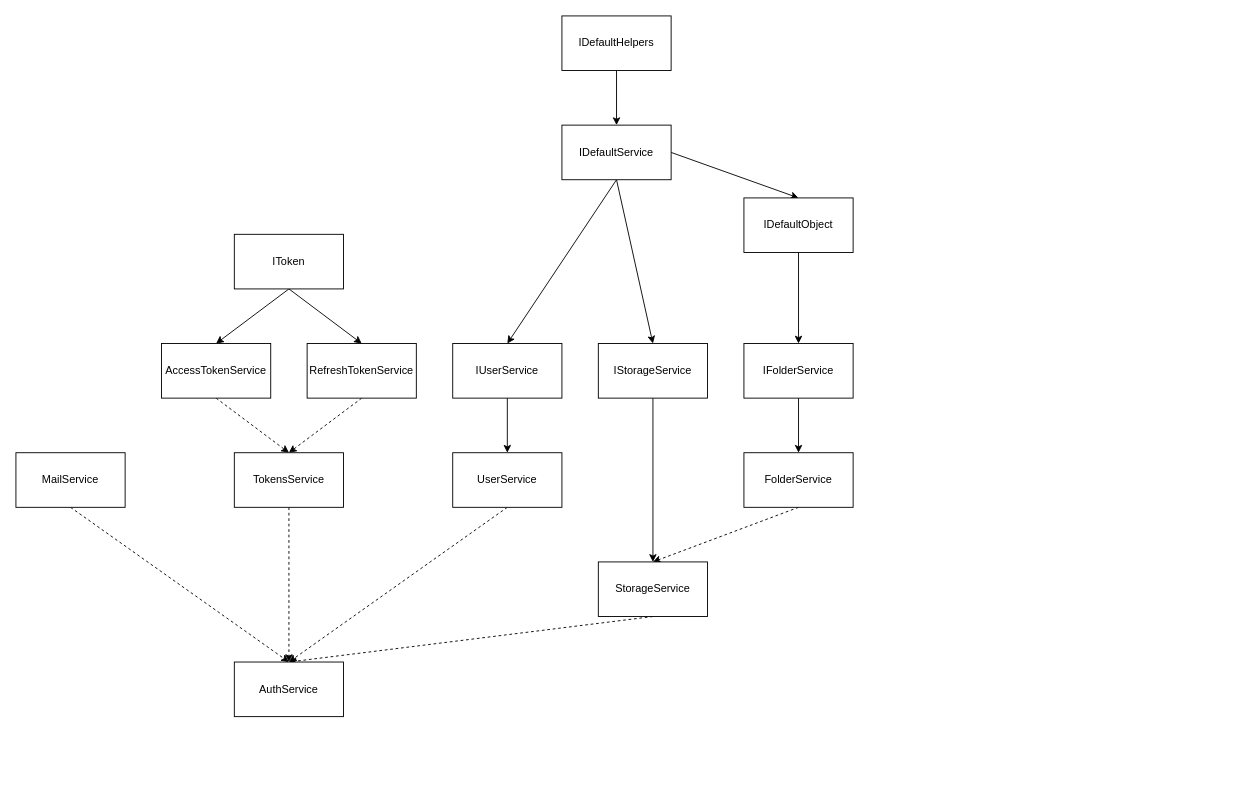
The draw.io diagram page "Схема" (3 of 3) of project.drawio in WheatleyCODE/storage-server, before the edit. Source tidied: cells renumbered, new cells numbered last; positions are measured from the earlier drawing's top-left corner, leaving out a move shared by most shapes. Both pictures are drawn from the tidied source at 91%, with x=0, y=0 at pixel (15, 15).
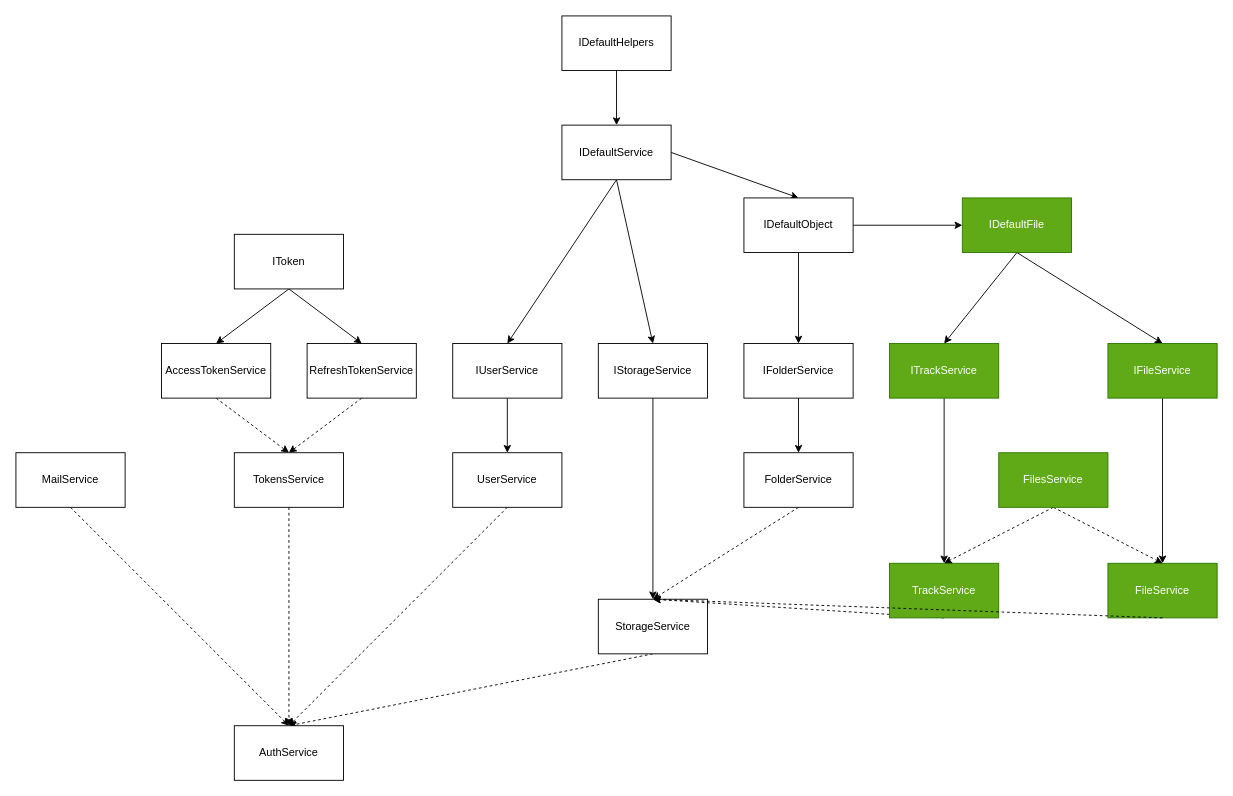
The same page after the edit.

Unchanged cells that the change refers to:
```xml
<mxCell id="7" value="IDefaultObject" style="rounded=0;whiteSpace=wrap;html=1;" parent="1" vertex="1">
  <mxGeometry x="800" y="200" width="120" height="60" as="geometry" />
</mxCell>
```

What changed in the source:
```diff
@@
+    <mxCell id="34" style="edgeStyle=none;html=1;exitX=1;exitY=0.5;exitDx=0;exitDy=0;entryX=0;entryY=0.5;entryDx=0;entryDy=0;" parent="1" edge="1" source="7" target="37">
+      <mxGeometry relative="1" as="geometry" />
+    </mxCell>
@@
     <mxCell id="26" value="StorageService" style="rounded=0;whiteSpace=wrap;html=1;" parent="1" vertex="1">
-      <mxGeometry x="640" y="600" width="120" height="60" as="geometry" />
+      <mxGeometry x="640" y="641" width="120" height="60" as="geometry" />
     </mxCell>
@@
     <mxCell id="29" value="AuthService" style="rounded=0;whiteSpace=wrap;html=1;" parent="1" vertex="1">
-      <mxGeometry x="240" y="710" width="120" height="60" as="geometry" />
+      <mxGeometry x="240" y="780" width="120" height="60" as="geometry" />
     </mxCell>
@@
+    <mxCell id="35" style="edgeStyle=none;html=1;exitX=0.5;exitY=1;exitDx=0;exitDy=0;entryX=0.5;entryY=0;entryDx=0;entryDy=0;" parent="1" edge="1" source="37" target="39">
+      <mxGeometry relative="1" as="geometry" />
+    </mxCell>
+    <mxCell id="36" style="edgeStyle=none;html=1;exitX=0.5;exitY=1;exitDx=0;exitDy=0;entryX=0.5;entryY=0;entryDx=0;entryDy=0;strokeWidth=1;" parent="1" edge="1" source="37" target="43">
+      <mxGeometry relative="1" as="geometry" />
+    </mxCell>
+    <mxCell id="37" value="IDefaultFile" style="rounded=0;whiteSpace=wrap;html=1;fillColor=#60a917;fontColor=#ffffff;strokeColor=#2D7600;" parent="1" vertex="1">
+      <mxGeometry x="1040" y="200" width="120" height="60" as="geometry" />
+    </mxCell>
+    <mxCell id="38" style="edgeStyle=none;html=1;exitX=0.5;exitY=1;exitDx=0;exitDy=0;entryX=0.5;entryY=0;entryDx=0;entryDy=0;" parent="1" edge="1" source="39" target="41">
+      <mxGeometry relative="1" as="geometry" />
+    </mxCell>
+    <mxCell id="39" value="ITrackService" style="rounded=0;whiteSpace=wrap;html=1;fillColor=#60a917;fontColor=#ffffff;strokeColor=#2D7600;" parent="1" vertex="1">
+      <mxGeometry x="960" y="360" width="120" height="60" as="geometry" />
+    </mxCell>
+    <mxCell id="40" style="edgeStyle=none;html=1;exitX=0.5;exitY=1;exitDx=0;exitDy=0;entryX=0.5;entryY=0;entryDx=0;entryDy=0;dashed=1;" parent="1" edge="1" source="41" target="26">
+      <mxGeometry relative="1" as="geometry" />
+    </mxCell>
+    <mxCell id="41" value="TrackService" style="rounded=0;whiteSpace=wrap;html=1;fillColor=#60a917;fontColor=#ffffff;strokeColor=#2D7600;" parent="1" vertex="1">
+      <mxGeometry x="960" y="601.5" width="120" height="60" as="geometry" />
+    </mxCell>
+    <mxCell id="42" style="edgeStyle=none;html=1;exitX=0.5;exitY=1;exitDx=0;exitDy=0;entryX=0.5;entryY=0;entryDx=0;entryDy=0;strokeWidth=1;" parent="1" edge="1" source="43" target="44">
+      <mxGeometry relative="1" as="geometry" />
+    </mxCell>
+    <mxCell id="43" value="IFileService" style="rounded=0;whiteSpace=wrap;html=1;fillColor=#60a917;fontColor=#ffffff;strokeColor=#2D7600;" parent="1" vertex="1">
+      <mxGeometry x="1200" y="360" width="120" height="60" as="geometry" />
+    </mxCell>
+    <mxCell id="44" value="FileService" style="rounded=0;whiteSpace=wrap;html=1;fillColor=#60a917;fontColor=#ffffff;strokeColor=#2D7600;" parent="1" vertex="1">
+      <mxGeometry x="1200" y="601.5" width="120" height="60" as="geometry" />
+    </mxCell>
+    <mxCell id="45" style="edgeStyle=none;html=1;exitX=0.5;exitY=1;exitDx=0;exitDy=0;entryX=0.5;entryY=0;entryDx=0;entryDy=0;dashed=1;" parent="1" edge="1" source="44" target="26">
+      <mxGeometry relative="1" as="geometry" />
+    </mxCell>
+    <mxCell id="46" style="edgeStyle=none;html=1;exitX=0.5;exitY=1;exitDx=0;exitDy=0;entryX=0.5;entryY=0;entryDx=0;entryDy=0;strokeWidth=1;dashed=1;" parent="1" edge="1" source="48" target="41">
+      <mxGeometry relative="1" as="geometry" />
+    </mxCell>
+    <mxCell id="47" style="edgeStyle=none;html=1;exitX=0.5;exitY=1;exitDx=0;exitDy=0;entryX=0.5;entryY=0;entryDx=0;entryDy=0;dashed=1;strokeWidth=1;" parent="1" edge="1" source="48" target="44">
+      <mxGeometry relative="1" as="geometry" />
+    </mxCell>
+    <mxCell id="48" value="FilesService" style="rounded=0;whiteSpace=wrap;html=1;fillColor=#60a917;fontColor=#ffffff;strokeColor=#2D7600;" parent="1" vertex="1">
+      <mxGeometry x="1080" y="480" width="120" height="60" as="geometry" />
+    </mxCell>
```
